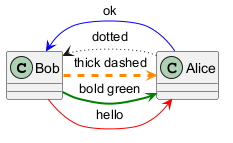
Earlier version of the PlantUML export tests/corpus/sequence/arrow-colors.golden/arrow-colors.png (h3ll5ur7er/rockuml).
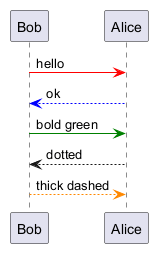
After the commit.

What changed in the source:
```diff
@@ -3,5 +3,5 @@
 Alice -[#0000FF]->Bob : ok
 Bob -[#green,bold]> Alice : bold green
 Alice -[dotted]> Bob : dotted
-Bob -[#FF8800,dashed,thickness=3]> Alice : thick dashed
+Bob -[#FF8800,dashed]> Alice : thick dashed
 @enduml
```
